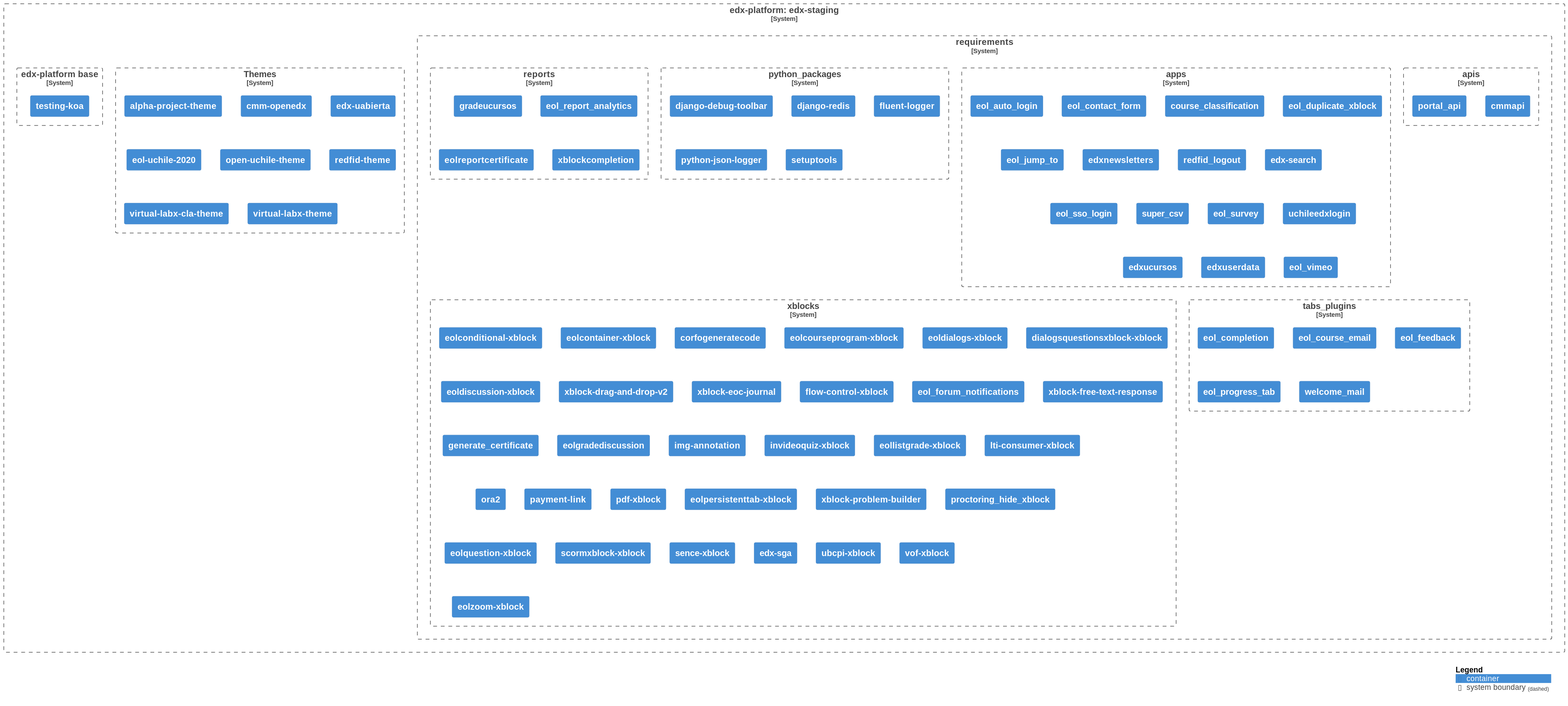
The PlantUML diagram diagrams/diagram.svg in eol-uchile/edx-staging, before a commit.
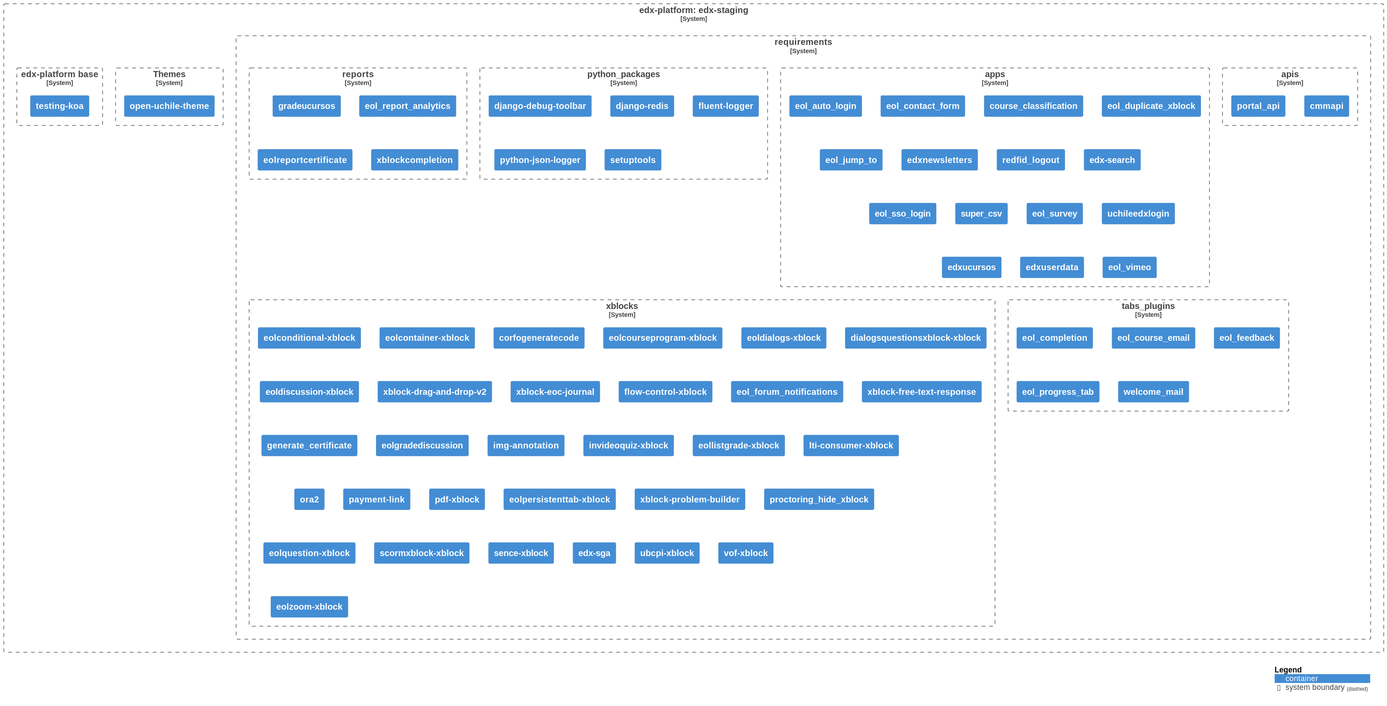
The same diagram one commit later.

Commit message:
Auto-generate UML diagram

What changed in the source:
```diff
@@ -5,9 +5,9 @@
 skinparam svgLinkTarget foo
 
 System_Boundary(c1, "edx-platform: edx-staging", $link="https://github.com/eol-uchile/edx-staging") {
-    System_Boundary(c2, "requirements", $link="https://github.com/eol-uchile/edx-staging/blob/eol-release/koa/requirements/") {
+    System_Boundary(c2, "requirements", $link="https://github.com/eol-uchile/edx-staging/blob/openuchile-release/koa/requirements/") {
 
-            System_Boundary(apis, "apis", $link="https://github.com/eol-uchile/edx-staging/blob/eol-release/koa/requirements/apis.txt") {
+            System_Boundary(apis, "apis", $link="https://github.com/eol-uchile/edx-staging/blob/openuchile-release/koa/requirements/apis.txt") {
 
                 Container(apis1, "cmmapi", $link="https://github.com/eol-uchile/CMM-API")
 
@@ -15,7 +15,7 @@
 
             }
 
-            System_Boundary(apps, "apps", $link="https://github.com/eol-uchile/edx-staging/blob/eol-release/koa/requirements/apps.txt") {
+            System_Boundary(apps, "apps", $link="https://github.com/eol-uchile/edx-staging/blob/openuchile-release/koa/requirements/apps.txt") {
 
                 Container(apps1, "eol_auto_login", $link="https://github.com/eol-uchile/eol_auto_login")
 
@@ -49,7 +49,7 @@
 
             }
 
-            System_Boundary(python_packages, "python_packages", $link="https://github.com/eol-uchile/edx-staging/blob/eol-release/koa/requirements/python_packages.txt") {
+            System_Boundary(python_packages, "python_packages", $link="https://github.com/eol-uchile/edx-staging/blob/openuchile-release/koa/requirements/python_packages.txt") {
 
                 Container(python_packages1, "django-debug-toolbar")
 
@@ -63,7 +63,7 @@
 
             }
 
-            System_Boundary(reports, "reports", $link="https://github.com/eol-uchile/edx-staging/blob/eol-release/koa/requirements/reports.txt") {
+            System_Boundary(reports, "reports", $link="https://github.com/eol-uchile/edx-staging/blob/openuchile-release/koa/requirements/reports.txt") {
 
                 Container(reports1, "gradeucursos", $link="https://github.com/eol-uchile/eol_grade_ucursos")
 
@@ -75,7 +75,7 @@
 
             }
 
-            System_Boundary(tabs_plugins, "tabs_plugins", $link="https://github.com/eol-uchile/edx-staging/blob/eol-release/koa/requirements/tabs_plugins.txt") {
+            System_Boundary(tabs_plugins, "tabs_plugins", $link="https://github.com/eol-uchile/edx-staging/blob/openuchile-release/koa/requirements/tabs_plugins.txt") {
 
                 Container(tabs_plugins1, "eol_completion", $link="https://github.com/eol-uchile/eol_completion")
 
@@ -89,7 +89,7 @@
 
             }
 
-            System_Boundary(xblocks, "xblocks", $link="https://github.com/eol-uchile/edx-staging/blob/eol-release/koa/requirements/xblocks.txt") {
+            System_Boundary(xblocks, "xblocks", $link="https://github.com/eol-uchile/edx-staging/blob/openuchile-release/koa/requirements/xblocks.txt") {
 
                 Container(xblocks1, "eolconditional-xblock", $link="https://github.com/eol-uchile/eol-conditional-xblock.git")
 
@@ -157,27 +157,13 @@
 
     }
 
-    System_Boundary(theme, "Themes", $link="https://github.com/eol-uchile/edx-staging/blob/eol-release/koa/themes/") {
+    System_Boundary(theme, "Themes", $link="https://github.com/eol-uchile/edx-staging/blob/openuchile-release/koa/themes/") {
 
-            Container(theme1, "alpha-project-theme", $link="https://github.com/eol-uchile/alpha-project-theme.git")
-
-            Container(theme2, "cmm-openedx", $link="https://github.com/eol-uchile/cmm-openedx")
-
-            Container(theme3, "edx-uabierta", $link="https://github.com/eol-uchile/uabierta-theme")
-
-            Container(theme4, "eol-uchile-2020", $link="https://github.com/eol-uchile/eol-uchile-theme-2020")
-
-            Container(theme5, "open-uchile-theme", $link="https://github.com/open-uchile/open-uchile-theme.git")
-
-            Container(theme6, "redfid-theme", $link="https://github.com/eol-uchile/redfid-theme.git")
-
-            Container(theme7, "virtual-labx-cla-theme", $link="https://github.com/eol-virtuallabx/virtual-labx-cla-theme.git")
-
-            Container(theme8, "virtual-labx-theme", $link="https://github.com/eol-uchile/virtual-labx-theme.git")
+            Container(theme1, "open-uchile-theme", $link="https://github.com/open-uchile/open-uchile-theme.git")
 
     }
 
-    System_Boundary(dockerfile, "edx-platform base", $link="https://github.com/eol-uchile/edx-staging/blob/eol-release/koa/Dockerfile") {
+    System_Boundary(dockerfile, "edx-platform base", $link="https://github.com/eol-uchile/edx-staging/blob/openuchile-release/koa/Dockerfile") {
             Container(dk, "testing-koa", $link="https://ghcr.io/eol-uchile/edx-platform:testing-koa")
     }
 }
```
